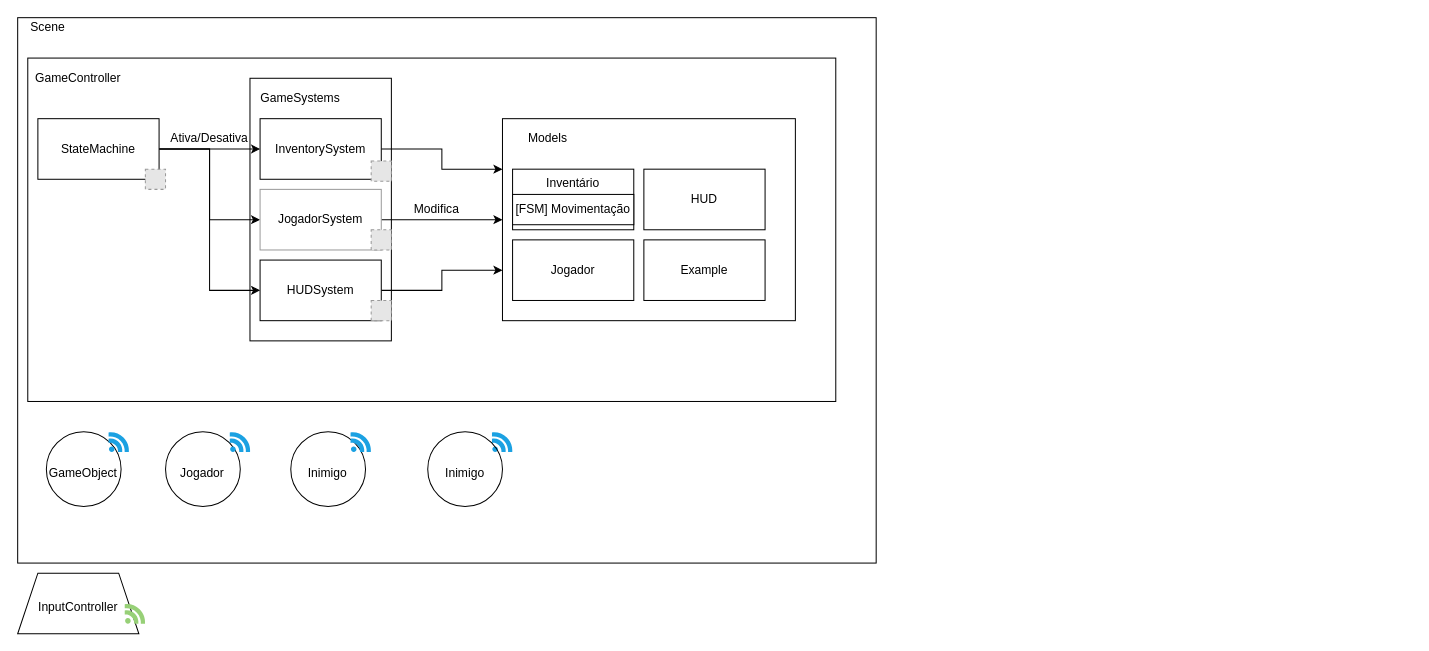
Before: page "[HDL] PubSub" (4 of 6) of 1nnocent.drawio in Hollow-Ice-Studio/GitInitials, a draw.io diagram. Source tidied: cells renumbered, new cells numbered last; positions are measured from the earlier drawing's top-left corner, leaving out a move shared by most shapes. Both pictures are drawn from the tidied source at 101%, with x=0, y=0 at pixel (17, 17). Pictures stored in the file or linked from it are replaced by grey dashed boxes.
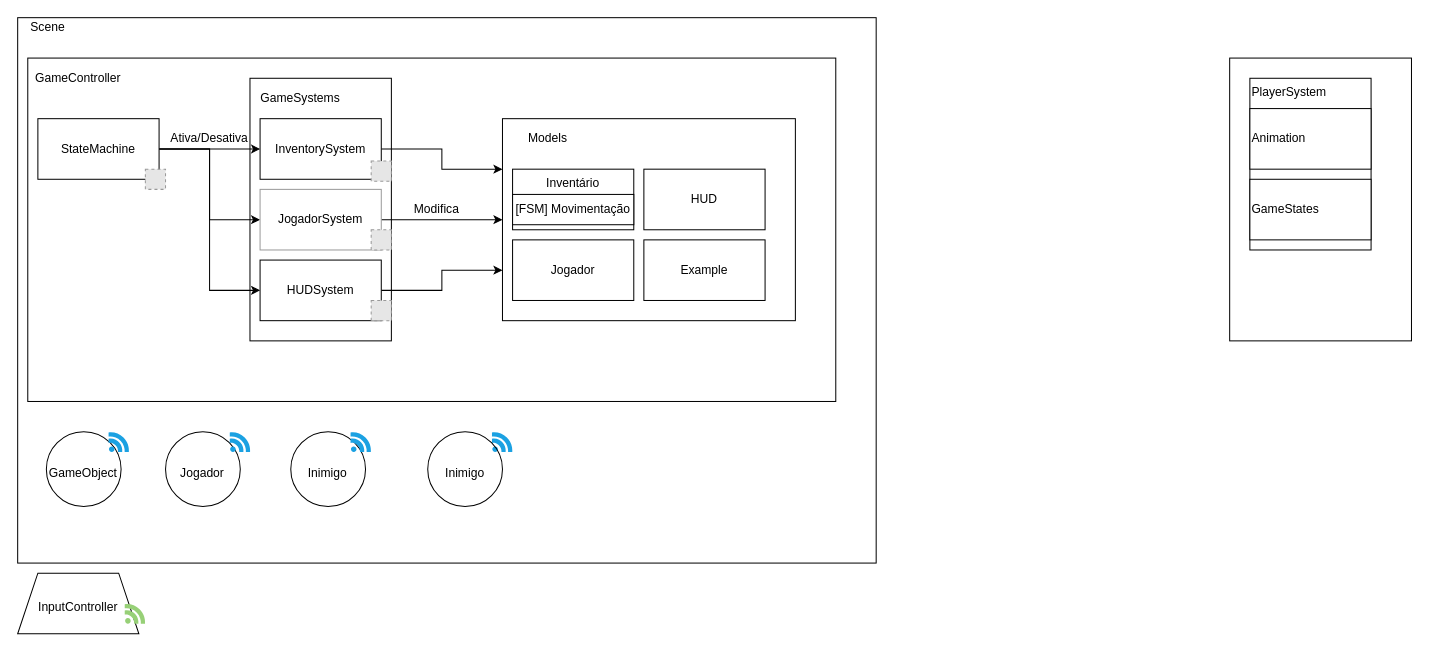
The same diagram, later.

Change to the diagram source:
```diff
@@
+    <mxCell id="41" style="rounded=0;whiteSpace=wrap;html=1;align=left;fillColor=none;" parent="1" vertex="1">
+      <mxGeometry x="1200" y="40" width="180" height="280" as="geometry" />
+    </mxCell>
+    <mxCell id="42" value="PlayerSystem" style="rounded=0;whiteSpace=wrap;html=1;align=left;verticalAlign=top;" parent="1" vertex="1">
+      <mxGeometry x="1220" y="60" width="120" height="170" as="geometry" />
+    </mxCell>
+    <mxCell id="43" value="Animation" style="rounded=0;whiteSpace=wrap;html=1;align=left;" parent="1" vertex="1">
+      <mxGeometry x="1220" y="90" width="120" height="60" as="geometry" />
+    </mxCell>
+    <mxCell id="44" value="GameStates" style="rounded=0;whiteSpace=wrap;html=1;align=left;" parent="1" vertex="1">
+      <mxGeometry x="1220" y="160" width="120" height="60" as="geometry" />
+    </mxCell>
```
